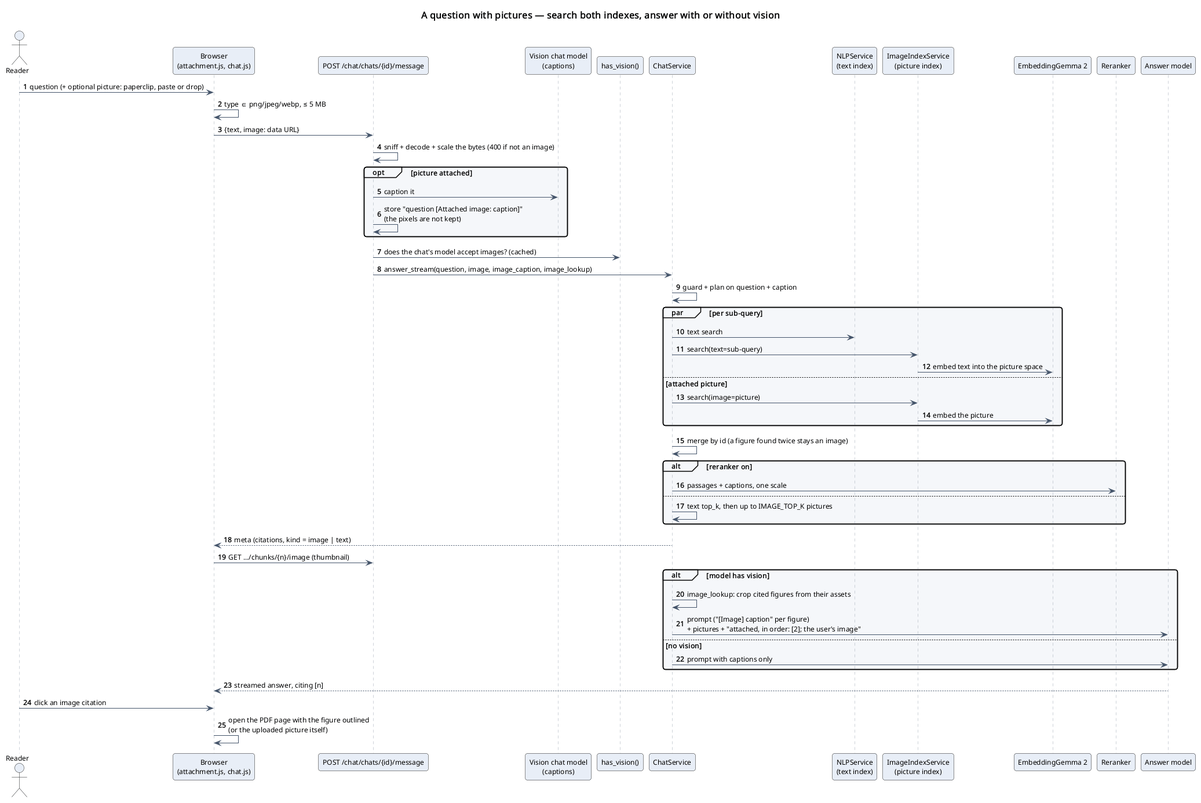
Before: software_engineering/3_sequence_diagrams/image_query_answer.png, a diagram exported from PlantUML (omarTBakr/notebookllm-minus). The source it was exported from:
```plantuml
@startuml
!include ../_style.iuml
title A question with pictures — search both indexes, answer with or without vision
autonumber "<b>0"

actor Reader as user
participant "Browser\n(attachment.js, chat.js)" as ui
participant "POST /chat/chats/{id}/message" as route
participant "Vision chat model\n(captions)" as captioner
participant "has_vision()" as vision
participant "ChatService" as chat
participant "NLPService\n(text index)" as nlp
participant "ImageIndexService\n(picture index)" as img
participant "EmbeddingGemma 2" as embed
participant "Reranker" as rerank
participant "Answer model" as llm

user -> ui : question (+ optional picture: paperclip, paste or drop)
ui -> ui : type ∈ png/jpeg/webp, ≤ 5 MB
ui -> route : {text, image: data URL}
route -> route : sniff + decode + scale the bytes (400 if not an image)
opt picture attached
  route -> captioner : caption it
  route -> route : store "question [Attached image: caption]"\n(the pixels are not kept)
end
route -> vision : does the chat's model accept images? (cached)
route -> chat : answer_stream(question, image, image_caption, image_lookup)

chat -> chat : guard + plan on question + caption
par per sub-query
  chat -> nlp : text search
  chat -> img : search(text=sub-query)
  img -> embed : embed text into the picture space
else attached picture
  chat -> img : search(image=picture)
  img -> embed : embed the picture
end
chat -> chat : merge by id (a figure found twice stays an image)
alt reranker on
  chat -> rerank : passages + captions, one scale
else
  chat -> chat : text top_k, then up to IMAGE_TOP_K pictures
end
chat --> ui : meta (citations, kind = image | text)
ui -> route : GET .../chunks/{n}/image (thumbnail)

alt model has vision
  chat -> chat : image_lookup: crop cited figures from their assets
  chat -> llm : prompt ("[Image] caption" per figure)\n+ pictures + "attached, in order: [2]; the user's image"
else no vision
  chat -> llm : prompt with captions only
end
llm --> ui : streamed answer, citing [n]
user -> ui : click an image citation
ui -> ui : open the PDF page with the figure outlined\n(or the uploaded picture itself)
@enduml
```
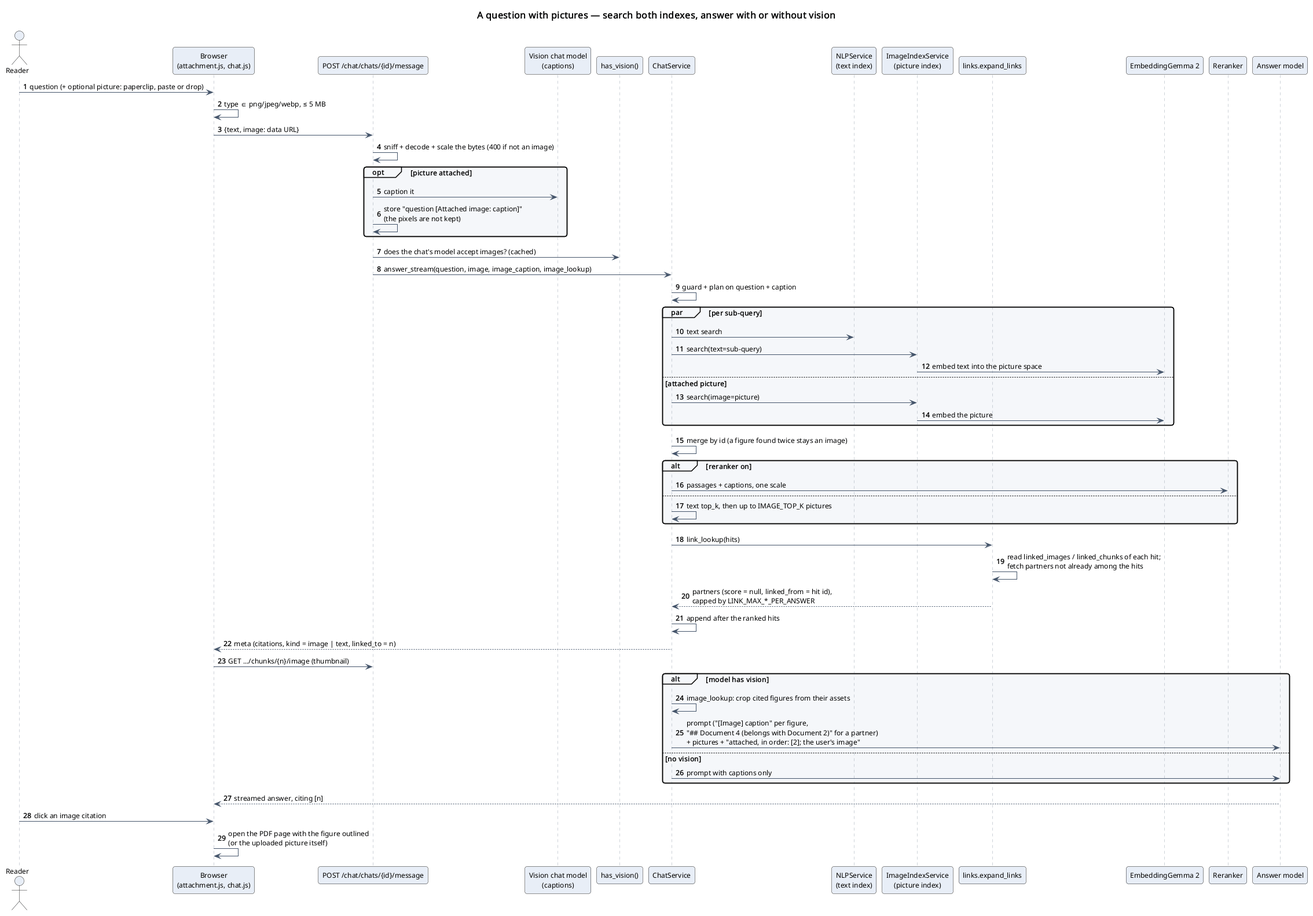
Later version of the same file.

Diff of the diagram source:
```diff
@@ -11,6 +11,7 @@
 participant "ChatService" as chat
 participant "NLPService\n(text index)" as nlp
 participant "ImageIndexService\n(picture index)" as img
+participant "links.expand_links" as links
 participant "EmbeddingGemma 2" as embed
 participant "Reranker" as rerank
 participant "Answer model" as llm
@@ -41,12 +42,16 @@
 else
   chat -> chat : text top_k, then up to IMAGE_TOP_K pictures
 end
-chat --> ui : meta (citations, kind = image | text)
+chat -> links : link_lookup(hits)
+links -> links : read linked_images / linked_chunks of each hit;\nfetch partners not already among the hits
+links --> chat : partners (score = null, linked_from = hit id),\ncapped by LINK_MAX_*_PER_ANSWER
+chat -> chat : append after the ranked hits
+chat --> ui : meta (citations, kind = image | text, linked_to = n)
 ui -> route : GET .../chunks/{n}/image (thumbnail)
 
 alt model has vision
   chat -> chat : image_lookup: crop cited figures from their assets
-  chat -> llm : prompt ("[Image] caption" per figure)\n+ pictures + "attached, in order: [2]; the user's image"
+  chat -> llm : prompt ("[Image] caption" per figure,\n"## Document 4 (belongs with Document 2)" for a partner)\n+ pictures + "attached, in order: [2]; the user's image"
 else no vision
   chat -> llm : prompt with captions only
 end
```
